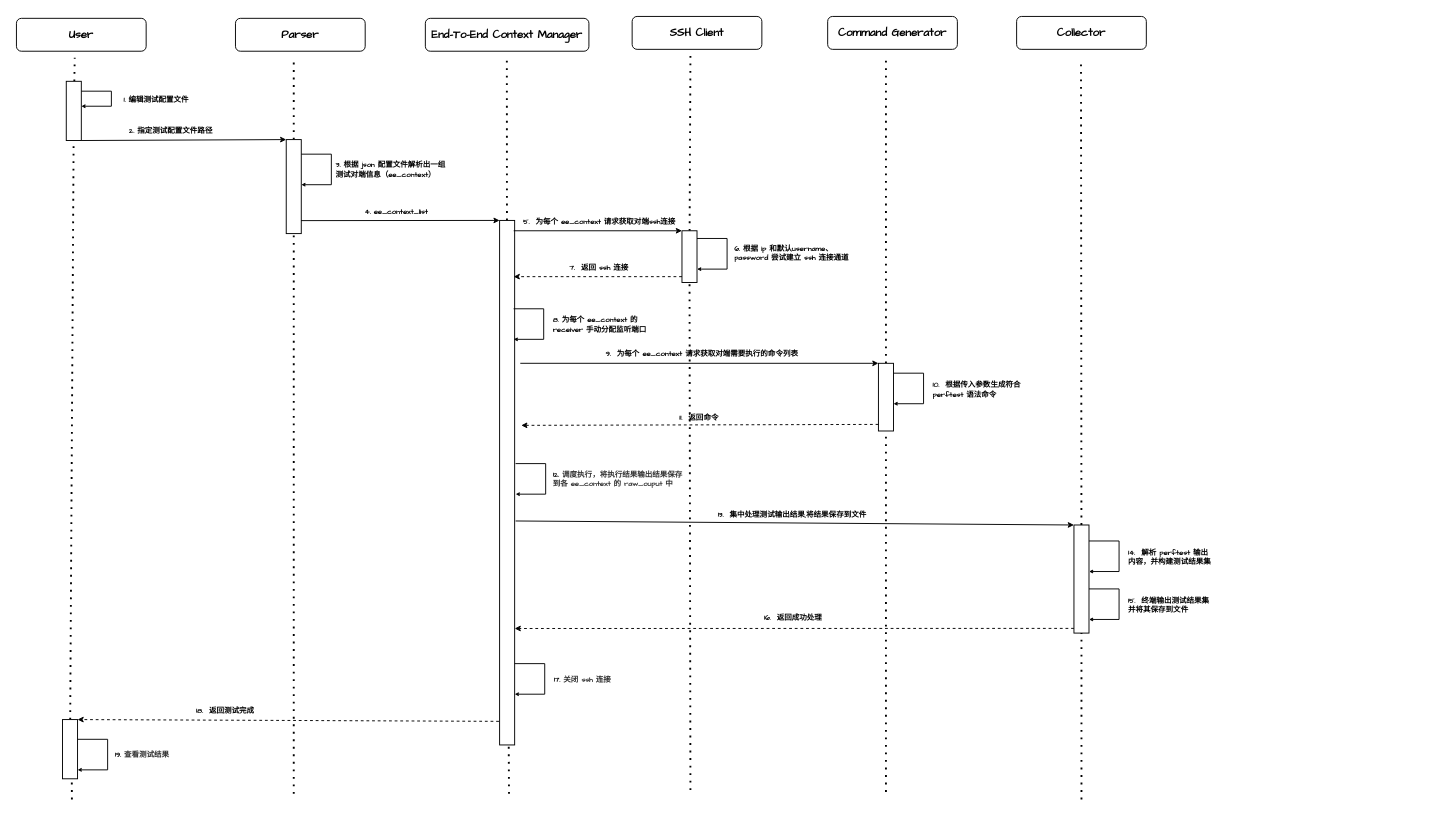
Above: page "第 2 页" (2 of 2) of system-function-view.drawio in should4/TCU-AutoTest (draw.io), before the change. Source tidied: cells renumbered, new cells numbered last; positions are measured from the earlier drawing's top-left corner, leaving out a move shared by most shapes. Both pictures are drawn from the tidied source at 94%, with x=0, y=0 at pixel (16, 16).
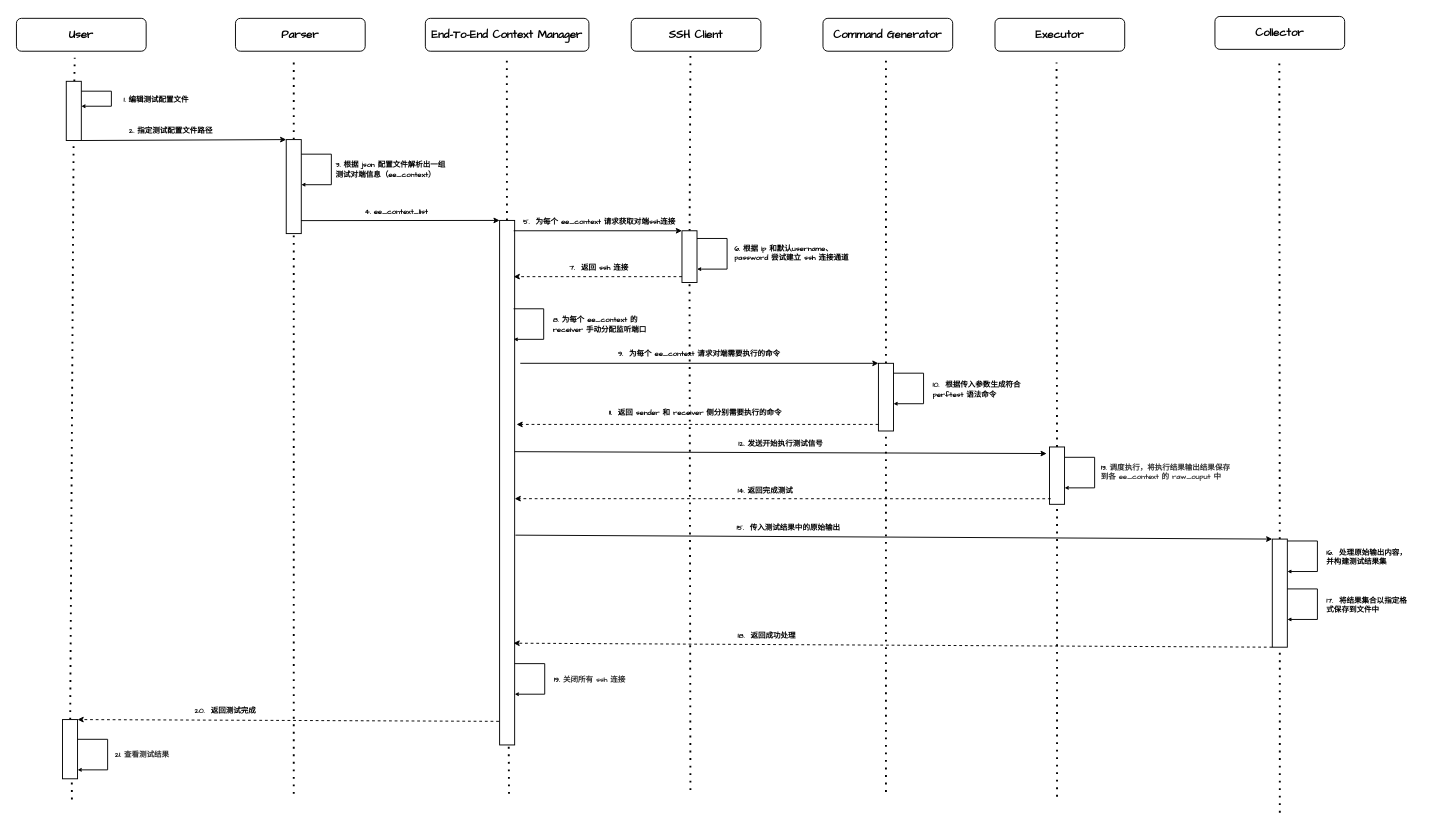
After the change.

Unchanged cells that the change refers to:
```xml
<mxCell id="26" style="rounded=0;whiteSpace=wrap;html=1;fontFamily=Comic Sans MS;fontStyle=1;" parent="1" vertex="1">
  <mxGeometry x="514" y="217" width="16" height="558" as="geometry" />
</mxCell>
```

Diff of the diagram source:
```diff
@@
     <mxCell id="7" value="SSH Client" style="rounded=1;whiteSpace=wrap;html=1;fontFamily=Comic Sans MS;fontStyle=1;" parent="1" vertex="1">
-      <mxGeometry x="655" width="138" height="35" as="geometry" />
+      <mxGeometry x="654" y="2" width="138" height="35" as="geometry" />
     </mxCell>
@@
     <mxCell id="9" value="Command Generator" style="rounded=1;whiteSpace=wrap;html=1;fontFamily=Comic Sans MS;fontStyle=1;" parent="1" vertex="1">
-      <mxGeometry x="863" width="138" height="35" as="geometry" />
+      <mxGeometry x="858" y="2" width="138" height="35" as="geometry" />
     </mxCell>
     <mxCell id="10" style="endArrow=none;dashed=1;html=1;dashPattern=1 3;strokeWidth=2;rounded=0;fontFamily=Comic Sans MS;" parent="1" edge="1" source="50">
       <mxGeometry relative="1" as="geometry">
-        <mxPoint x="1132.5" y="47" as="targetPoint" />
+        <mxPoint x="1343.5" y="47" as="targetPoint" />
       </mxGeometry>
     </mxCell>
     <mxCell id="11" value="Collector" style="rounded=1;whiteSpace=wrap;html=1;fontFamily=Comic Sans MS;fontStyle=1;" parent="1" vertex="1">
-      <mxGeometry x="1064" width="138" height="35" as="geometry" />
+      <mxGeometry x="1275" width="138" height="35" as="geometry" />
     </mxCell>
@@
-    <mxCell id="41" value="&lt;span&gt;9. &amp;nbsp;为每个 ee_context 请求获取对端需要执行的命令列表&lt;/span&gt;" style="text;strokeColor=none;align=center;fillColor=none;html=1;verticalAlign=middle;whiteSpace=wrap;rounded=0;fontSize=8;fontFamily=Comic Sans MS;fontStyle=1;" parent="1" vertex="1">
-      <mxGeometry x="622" y="353.5" width="215.2" height="11" as="geometry" />
+    <mxCell id="41" value="&lt;span&gt;9. &amp;nbsp;为每个 ee_context 请求对端需要执行的命令&lt;/span&gt;" style="text;strokeColor=none;align=center;fillColor=none;html=1;verticalAlign=middle;whiteSpace=wrap;rounded=0;fontSize=8;fontFamily=Comic Sans MS;fontStyle=1;" parent="1" vertex="1">
+      <mxGeometry x="618.9" y="353" width="215.2" height="11" as="geometry" />
     </mxCell>
@@
     <mxCell id="44" style="endArrow=classic;html=1;rounded=0;exitX=0.985;exitY=0.862;exitDx=0;exitDy=0;endSize=4;exitPerimeter=0;dashed=1;fontFamily=Comic Sans MS;fontStyle=1;" parent="1" edge="1">
       <mxGeometry relative="1" as="geometry">
         <mxPoint x="917" y="434" as="sourcePoint" />
-        <mxPoint x="537" y="435" as="targetPoint" />
+        <mxPoint x="532" y="434" as="targetPoint" />
       </mxGeometry>
     </mxCell>
-    <mxCell id="45" value="&lt;span&gt;11. &amp;nbsp;返回命令&lt;/span&gt;" style="text;strokeColor=none;align=center;fillColor=none;html=1;verticalAlign=middle;whiteSpace=wrap;rounded=0;fontSize=8;fontFamily=Comic Sans MS;fontStyle=1;" parent="1" vertex="1">
-      <mxGeometry x="618.9" y="421" width="215.2" height="11" as="geometry" />
+    <mxCell id="45" value="&lt;span&gt;11. &amp;nbsp;返回 sender 和 receiver 侧分别需要执行的命令&lt;/span&gt;" style="text;strokeColor=none;align=center;fillColor=none;html=1;verticalAlign=middle;whiteSpace=wrap;rounded=0;fontSize=8;fontFamily=Comic Sans MS;fontStyle=1;" parent="1" vertex="1">
+      <mxGeometry x="615.4" y="415.5" width="215.2" height="11" as="geometry" />
     </mxCell>
     <mxCell id="46" style="edgeStyle=segmentEdgeStyle;endArrow=classic;html=1;curved=0;rounded=0;endSize=2;startSize=8;fontSize=9;strokeColor=default;align=center;verticalAlign=middle;fontFamily=Comic Sans MS;fontColor=default;labelBackgroundColor=default;fontStyle=1;" parent="1" edge="1">
       <mxGeometry relative="1" as="geometry">
-        <mxPoint x="531" y="475.7" as="sourcePoint" />
-        <mxPoint x="531" y="508.2" as="targetPoint" />
+        <mxPoint x="1115" y="469" as="sourcePoint" />
+        <mxPoint x="1115" y="501.5" as="targetPoint" />
         <Array as="points">
-          <mxPoint x="563" y="476.2" />
-          <mxPoint x="563" y="508.2" />
+          <mxPoint x="1147" y="469.5" />
+          <mxPoint x="1147" y="501.5" />
         </Array>
       </mxGeometry>
     </mxCell>
-    <mxCell id="47" value="&lt;span&gt;12.&amp;nbsp;&lt;span style=&quot;letter-spacing: 0pt; color: rgb(51, 51, 51);&quot;&gt;调度执行，将执行结果输出结果保存到各 ee_context 的 raw_ouput 中&lt;/span&gt;&lt;/span&gt;&lt;div&gt;&lt;/div&gt;" style="text;strokeColor=none;align=left;fillColor=none;html=1;verticalAlign=middle;whiteSpace=wrap;rounded=0;fontSize=8;fontFamily=Comic Sans MS;fontStyle=1;" parent="1" vertex="1">
-      <mxGeometry x="569.1" y="473" width="142.9" height="38" as="geometry" />
+    <mxCell id="47" value="&lt;span&gt;13.&amp;nbsp;&lt;span style=&quot;letter-spacing: 0pt; color: rgb(51, 51, 51);&quot;&gt;调度执行，将执行结果输出结果保存到各 ee_context 的 raw_ouput 中&lt;/span&gt;&lt;/span&gt;&lt;div&gt;&lt;/div&gt;" style="text;strokeColor=none;align=left;fillColor=none;html=1;verticalAlign=middle;whiteSpace=wrap;rounded=0;fontSize=8;fontFamily=Comic Sans MS;fontStyle=1;" parent="1" vertex="1">
+      <mxGeometry x="1152" y="466" width="142.9" height="38" as="geometry" />
     </mxCell>
-    <mxCell id="48" style="endArrow=classic;html=1;rounded=0;endSize=4;entryX=0;entryY=0;entryDx=0;entryDy=0;exitX=1.063;exitY=0.573;exitDx=0;exitDy=0;exitPerimeter=0;fontFamily=Comic Sans MS;fontStyle=1;" parent="1" edge="1" source="26" target="50">
+    <mxCell id="48" style="endArrow=classic;html=1;rounded=0;endSize=4;entryX=0;entryY=0;entryDx=0;entryDy=0;exitX=1.05;exitY=0.6;exitDx=0;exitDy=0;exitPerimeter=0;fontFamily=Comic Sans MS;fontStyle=1;" parent="1" edge="1" source="26" target="50">
       <mxGeometry relative="1" as="geometry" />
     </mxCell>
     <mxCell id="49" style="endArrow=none;dashed=1;html=1;dashPattern=1 3;strokeWidth=2;rounded=0;fontFamily=Comic Sans MS;fontStyle=1;" parent="1" edge="1" target="50">
       <mxGeometry relative="1" as="geometry">
-        <mxPoint x="1133" y="833" as="sourcePoint" />
+        <mxPoint x="1344" y="847" as="sourcePoint" />
       </mxGeometry>
     </mxCell>
     <mxCell id="50" style="rounded=0;whiteSpace=wrap;html=1;fontFamily=Comic Sans MS;fontStyle=1;" parent="1" vertex="1">
-      <mxGeometry x="1125" y="541" width="16" height="115" as="geometry" />
+      <mxGeometry x="1336" y="556" width="16" height="115" as="geometry" />
     </mxCell>
-    <mxCell id="51" value="&lt;span&gt;&lt;font&gt;13. &amp;nbsp;集中&lt;span style=&quot;text-align: start; letter-spacing: 0pt; vertical-align: baseline;&quot;&gt;处理测试输出结果,&lt;/span&gt;&lt;span style=&quot;text-align: start; letter-spacing: 0pt; vertical-align: baseline;&quot;&gt;将结果保存到文件&lt;/span&gt;&lt;/font&gt;&lt;/span&gt;&lt;div style=&quot;text-align: start;&quot;&gt;&lt;/div&gt;" style="text;strokeColor=none;align=center;fillColor=none;html=1;verticalAlign=middle;whiteSpace=wrap;rounded=0;fontSize=8;fontFamily=Comic Sans MS;fontStyle=1;" parent="1" vertex="1">
-      <mxGeometry x="717.8" y="524" width="215.2" height="11" as="geometry" />
+    <mxCell id="51" value="&lt;span&gt;&lt;font&gt;15. &amp;nbsp;传入&lt;span style=&quot;text-align: start; letter-spacing: 0pt; vertical-align: baseline;&quot;&gt;测试结果中的原始输出&lt;/span&gt;&lt;/font&gt;&lt;/span&gt;&lt;div style=&quot;text-align: start;&quot;&gt;&lt;/div&gt;" style="text;strokeColor=none;align=center;fillColor=none;html=1;verticalAlign=middle;whiteSpace=wrap;rounded=0;fontSize=8;fontFamily=Comic Sans MS;fontStyle=1;" parent="1" vertex="1">
+      <mxGeometry x="714" y="538" width="215.2" height="11" as="geometry" />
     </mxCell>
     <mxCell id="52" style="edgeStyle=segmentEdgeStyle;endArrow=classic;html=1;curved=0;rounded=0;endSize=2;startSize=8;fontSize=9;strokeColor=default;align=center;verticalAlign=middle;fontFamily=Comic Sans MS;fontColor=default;labelBackgroundColor=default;fontStyle=1;" parent="1" edge="1">
       <mxGeometry relative="1" as="geometry">
-        <mxPoint x="1141" y="558" as="sourcePoint" />
-        <mxPoint x="1141" y="590.5" as="targetPoint" />
+        <mxPoint x="1352" y="558" as="sourcePoint" />
+        <mxPoint x="1352" y="590.5" as="targetPoint" />
         <Array as="points">
-          <mxPoint x="1173" y="558.5" />
-          <mxPoint x="1173" y="590.5" />
+          <mxPoint x="1384" y="558.5" />
+          <mxPoint x="1384" y="590.5" />
         </Array>
       </mxGeometry>
     </mxCell>
-    <mxCell id="53" value="&lt;span&gt;14. &amp;nbsp;解析 perftest 输出内容，并构建测试结果集&lt;/span&gt;" style="text;strokeColor=none;align=left;fillColor=none;html=1;verticalAlign=middle;whiteSpace=wrap;rounded=0;fontSize=8;fontFamily=Comic Sans MS;fontStyle=1;" parent="1" vertex="1">
-      <mxGeometry x="1181.1" y="556" width="93.9" height="38" as="geometry" />
+    <mxCell id="53" value="&lt;span&gt;16. &amp;nbsp;处理原始输出内容，并构建测试结果集&lt;/span&gt;" style="text;strokeColor=none;align=left;fillColor=none;html=1;verticalAlign=middle;whiteSpace=wrap;rounded=0;fontSize=8;fontFamily=Comic Sans MS;fontStyle=1;" parent="1" vertex="1">
+      <mxGeometry x="1392.1" y="556" width="93.9" height="38" as="geometry" />
     </mxCell>
     <mxCell id="54" style="edgeStyle=segmentEdgeStyle;endArrow=classic;html=1;curved=0;rounded=0;endSize=2;startSize=8;fontSize=9;strokeColor=default;align=center;verticalAlign=middle;fontFamily=Comic Sans MS;fontColor=default;labelBackgroundColor=default;fontStyle=1;" parent="1" edge="1">
       <mxGeometry relative="1" as="geometry">
-        <mxPoint x="1141" y="609" as="sourcePoint" />
-        <mxPoint x="1141" y="641.5" as="targetPoint" />
+        <mxPoint x="1352" y="609" as="sourcePoint" />
+        <mxPoint x="1352" y="641.5" as="targetPoint" />
         <Array as="points">
-          <mxPoint x="1173" y="609.5" />
-          <mxPoint x="1173" y="641.5" />
+          <mxPoint x="1384" y="609.5" />
+          <mxPoint x="1384" y="641.5" />
         </Array>
       </mxGeometry>
     </mxCell>
-    <mxCell id="55" value="&lt;span&gt;15. &amp;nbsp;终端输出测试结果集并将其保存到文件&lt;/span&gt;" style="text;strokeColor=none;align=left;fillColor=none;html=1;verticalAlign=middle;whiteSpace=wrap;rounded=0;fontSize=8;fontFamily=Comic Sans MS;fontStyle=1;" parent="1" vertex="1">
-      <mxGeometry x="1181.1" y="607" width="91.9" height="38" as="geometry" />
+    <mxCell id="55" value="&lt;span&gt;17. &amp;nbsp;将结果集合以指定格式保存到文件中&lt;/span&gt;" style="text;strokeColor=none;align=left;fillColor=none;html=1;verticalAlign=middle;whiteSpace=wrap;rounded=0;fontSize=8;fontFamily=Comic Sans MS;fontStyle=1;" parent="1" vertex="1">
+      <mxGeometry x="1392.1" y="607" width="91.9" height="38" as="geometry" />
     </mxCell>
-    <mxCell id="56" style="endArrow=classic;html=1;rounded=0;exitX=0.985;exitY=0.862;exitDx=0;exitDy=0;endSize=4;exitPerimeter=0;dashed=1;entryX=1;entryY=0.778;entryDx=0;entryDy=0;entryPerimeter=0;fontFamily=Comic Sans MS;fontStyle=1;" parent="1" edge="1" target="26">
-      <mxGeometry relative="1" as="geometry">
-        <mxPoint x="1125" y="651" as="sourcePoint" />
-      </mxGeometry>
+    <mxCell id="56" style="endArrow=classic;html=1;rounded=0;exitX=0;exitY=1;exitDx=0;exitDy=0;endSize=4;dashed=1;entryX=0.926;entryY=0.806;entryDx=0;entryDy=0;entryPerimeter=0;fontFamily=Comic Sans MS;fontStyle=1;" parent="1" edge="1" source="50" target="26">
+      <mxGeometry relative="1" as="geometry" />
     </mxCell>
-    <mxCell id="57" value="&lt;span&gt;&lt;font&gt;16. &amp;nbsp;返回成功处理&lt;/font&gt;&lt;/span&gt;&lt;div style=&quot;text-align: start;&quot;&gt;&lt;/div&gt;" style="text;strokeColor=none;align=center;fillColor=none;html=1;verticalAlign=middle;whiteSpace=wrap;rounded=0;fontSize=8;fontFamily=Comic Sans MS;fontStyle=1;" parent="1" vertex="1">
-      <mxGeometry x="719" y="634" width="215.2" height="11" as="geometry" />
+    <mxCell id="57" value="&lt;span&gt;&lt;font&gt;18. &amp;nbsp;返回成功处理&lt;/font&gt;&lt;/span&gt;&lt;div style=&quot;text-align: start;&quot;&gt;&lt;/div&gt;" style="text;strokeColor=none;align=center;fillColor=none;html=1;verticalAlign=middle;whiteSpace=wrap;rounded=0;fontSize=8;fontFamily=Comic Sans MS;fontStyle=1;" parent="1" vertex="1">
+      <mxGeometry x="691" y="653" width="215.2" height="11" as="geometry" />
     </mxCell>
@@
-    <mxCell id="61" value="17. &lt;font color=&quot;#333333&quot;&gt;&lt;span style=&quot;caret-color: rgb(51, 51, 51);&quot;&gt;关闭 ssh 连接&lt;/span&gt;&lt;/font&gt;&lt;div&gt;&lt;/div&gt;" style="text;strokeColor=none;align=left;fillColor=none;html=1;verticalAlign=middle;whiteSpace=wrap;rounded=0;fontSize=8;fontFamily=Comic Sans MS;fontStyle=1;" parent="1" vertex="1">
-      <mxGeometry x="570.1" y="686.5" width="79.9" height="38" as="geometry" />
+    <mxCell id="61" value="19. &lt;font color=&quot;#333333&quot;&gt;&lt;span style=&quot;caret-color: rgb(51, 51, 51);&quot;&gt;关闭所有 ssh 连接&lt;/span&gt;&lt;/font&gt;&lt;div&gt;&lt;/div&gt;" style="text;strokeColor=none;align=left;fillColor=none;html=1;verticalAlign=middle;whiteSpace=wrap;rounded=0;fontSize=8;fontFamily=Comic Sans MS;fontStyle=1;" parent="1" vertex="1">
+      <mxGeometry x="570.1" y="686.5" width="91.9" height="38" as="geometry" />
     </mxCell>
@@
-    <mxCell id="63" value="&lt;span&gt;&lt;font&gt;18. &amp;nbsp;返回测试完成&lt;/font&gt;&lt;/span&gt;&lt;div style=&quot;text-align: start;&quot;&gt;&lt;/div&gt;" style="text;strokeColor=none;align=center;fillColor=none;html=1;verticalAlign=middle;whiteSpace=wrap;rounded=0;fontSize=8;fontFamily=Comic Sans MS;fontStyle=1;" parent="1" vertex="1">
+    <mxCell id="63" value="&lt;span&gt;&lt;font&gt;20. &amp;nbsp;返回测试完成&lt;/font&gt;&lt;/span&gt;&lt;div style=&quot;text-align: start;&quot;&gt;&lt;/div&gt;" style="text;strokeColor=none;align=center;fillColor=none;html=1;verticalAlign=middle;whiteSpace=wrap;rounded=0;fontSize=8;fontFamily=Comic Sans MS;fontStyle=1;" parent="1" vertex="1">
       <mxGeometry x="115" y="732" width="215.2" height="11" as="geometry" />
     </mxCell>
@@
-    <mxCell id="65" value="19. &lt;font color=&quot;#333333&quot;&gt;&lt;span style=&quot;caret-color: rgb(51, 51, 51);&quot;&gt;查看测试结果&lt;/span&gt;&lt;/font&gt;&lt;div&gt;&lt;/div&gt;" style="text;strokeColor=none;align=left;fillColor=none;html=1;verticalAlign=middle;whiteSpace=wrap;rounded=0;fontSize=8;fontFamily=Comic Sans MS;fontStyle=1;" parent="1" vertex="1">
+    <mxCell id="65" value="21. &lt;font color=&quot;#333333&quot;&gt;&lt;span style=&quot;caret-color: rgb(51, 51, 51);&quot;&gt;查看测试结果&lt;/span&gt;&lt;/font&gt;&lt;div&gt;&lt;/div&gt;" style="text;strokeColor=none;align=left;fillColor=none;html=1;verticalAlign=middle;whiteSpace=wrap;rounded=0;fontSize=8;fontFamily=Comic Sans MS;fontStyle=1;" parent="1" vertex="1">
       <mxGeometry x="103.1" y="766" width="79.9" height="38" as="geometry" />
     </mxCell>
+    <mxCell id="66" style="endArrow=none;dashed=1;html=1;dashPattern=1 3;strokeWidth=2;rounded=0;fontFamily=Comic Sans MS;" parent="1" edge="1" source="69">
+      <mxGeometry relative="1" as="geometry">
+        <mxPoint x="1106.5" y="49" as="targetPoint" />
+      </mxGeometry>
+    </mxCell>
+    <mxCell id="67" value="Executor" style="rounded=1;whiteSpace=wrap;html=1;fontFamily=Comic Sans MS;fontStyle=1;" parent="1" vertex="1">
+      <mxGeometry x="1041" y="2" width="138" height="35" as="geometry" />
+    </mxCell>
+    <mxCell id="68" style="endArrow=none;dashed=1;html=1;dashPattern=1 3;strokeWidth=2;rounded=0;fontFamily=Comic Sans MS;" parent="1" edge="1" target="69">
+      <mxGeometry relative="1" as="geometry">
+        <mxPoint x="1107" y="830" as="sourcePoint" />
+      </mxGeometry>
+    </mxCell>
+    <mxCell id="69" style="rounded=0;whiteSpace=wrap;html=1;fontFamily=Comic Sans MS;fontStyle=1;" parent="1" vertex="1">
+      <mxGeometry x="1099" y="458" width="16" height="61" as="geometry" />
+    </mxCell>
+    <mxCell id="70" style="endArrow=classic;html=1;rounded=0;endSize=4;fontFamily=Comic Sans MS;fontStyle=1;" parent="1" edge="1">
+      <mxGeometry relative="1" as="geometry">
+        <mxPoint x="530" y="463" as="sourcePoint" />
+        <mxPoint x="1096" y="465" as="targetPoint" />
+      </mxGeometry>
+    </mxCell>
+    <mxCell id="71" value="&lt;span&gt;12. 发送开始执行测试信号 &amp;nbsp;&lt;/span&gt;" style="text;strokeColor=none;align=center;fillColor=none;html=1;verticalAlign=middle;whiteSpace=wrap;rounded=0;fontSize=8;fontFamily=Comic Sans MS;fontStyle=1;" parent="1" vertex="1">
+      <mxGeometry x="724" y="449" width="185" height="11" as="geometry" />
+    </mxCell>
+    <mxCell id="72" style="endArrow=classic;html=1;rounded=0;exitX=0.084;exitY=0.903;exitDx=0;exitDy=0;endSize=4;exitPerimeter=0;dashed=1;fontFamily=Comic Sans MS;fontStyle=1;" parent="1" edge="1" source="69">
+      <mxGeometry relative="1" as="geometry">
+        <mxPoint x="530" y="513" as="targetPoint" />
+      </mxGeometry>
+    </mxCell>
+    <mxCell id="73" value="&lt;span&gt;14. 返回完成测试&amp;nbsp;&lt;/span&gt;" style="text;strokeColor=none;align=center;fillColor=none;html=1;verticalAlign=middle;whiteSpace=wrap;rounded=0;fontSize=8;fontFamily=Comic Sans MS;fontStyle=1;" parent="1" vertex="1">
+      <mxGeometry x="706.1" y="498" width="185" height="11" as="geometry" />
+    </mxCell>
```
